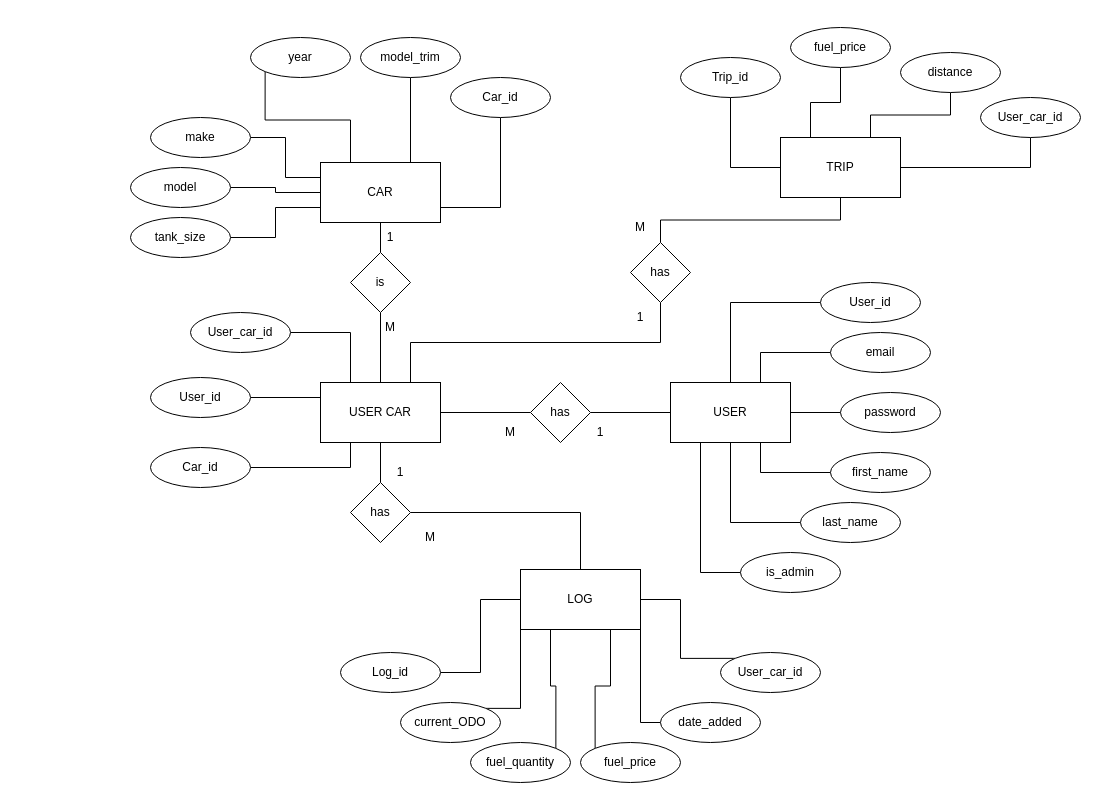
The draw.io diagram Fuel-log-API.drawio in jordansaker/ERDs, before the edit. Source tidied: cells renumbered, new cells numbered last; positions are measured from the earlier drawing's top-left corner, leaving out a move shared by most shapes. Both pictures are drawn from the tidied source at 100%, with x=0, y=0 at pixel (130, 27).
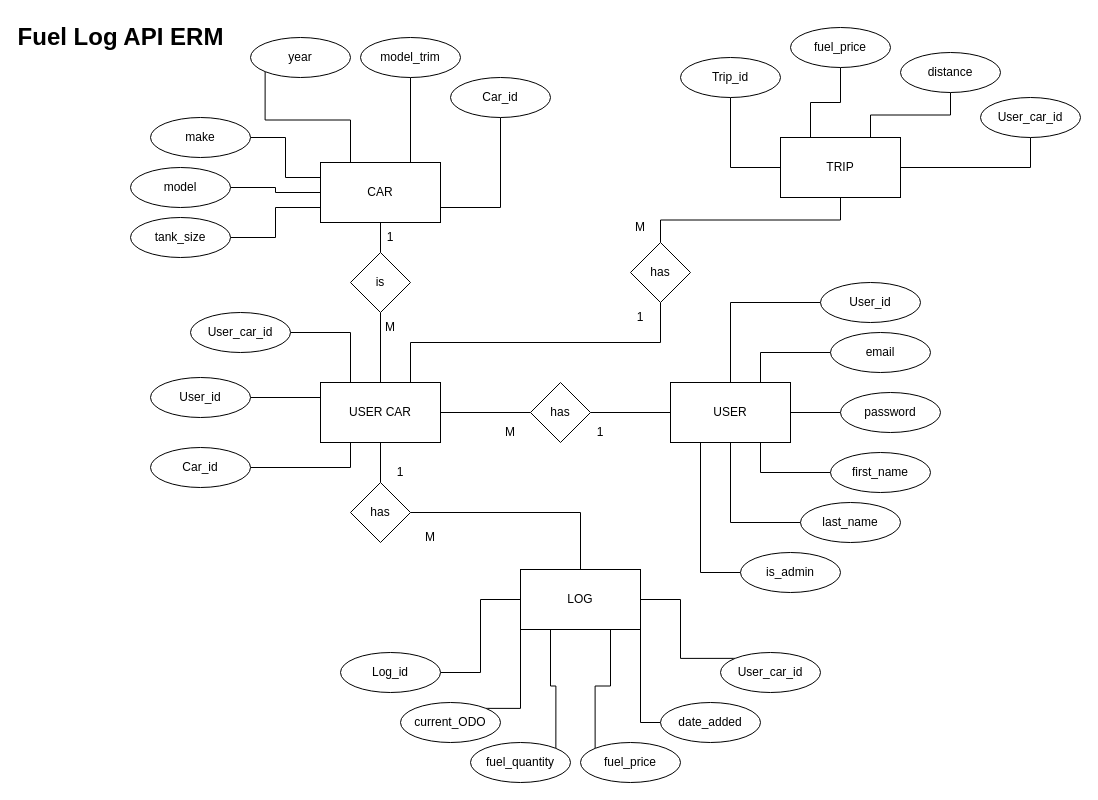
The same diagram, later.

Change to the diagram source:
```diff
@@
+    <mxCell id="77" value="Fuel Log API ERM" style="text;strokeColor=none;fillColor=none;html=1;fontSize=24;fontStyle=1;verticalAlign=middle;align=center;" parent="1" vertex="1">
+      <mxGeometry x="-60" y="-10" width="100" height="40" as="geometry" />
+    </mxCell>
```
